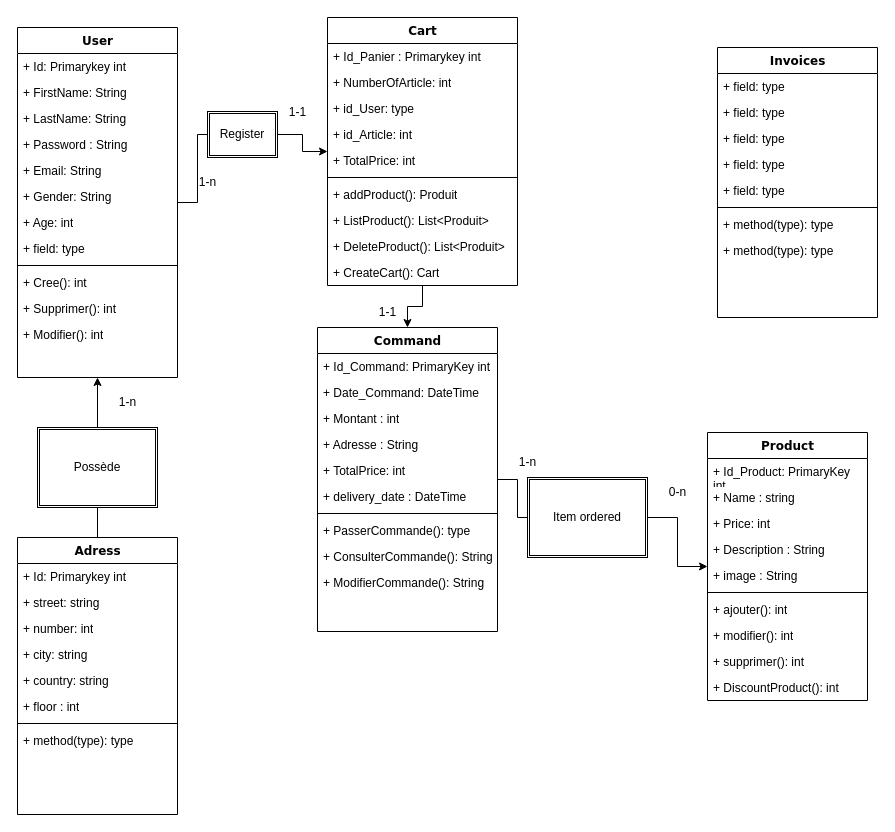
The draw.io diagram Test2.drawio in aless124/e-commerce-SQL, before the edit. Source tidied: cells renumbered, new cells numbered last; positions are measured from the earlier drawing's top-left corner, leaving out a move shared by most shapes. Both pictures are drawn from the tidied source at 100%, with x=0, y=0 at pixel (17, 17).
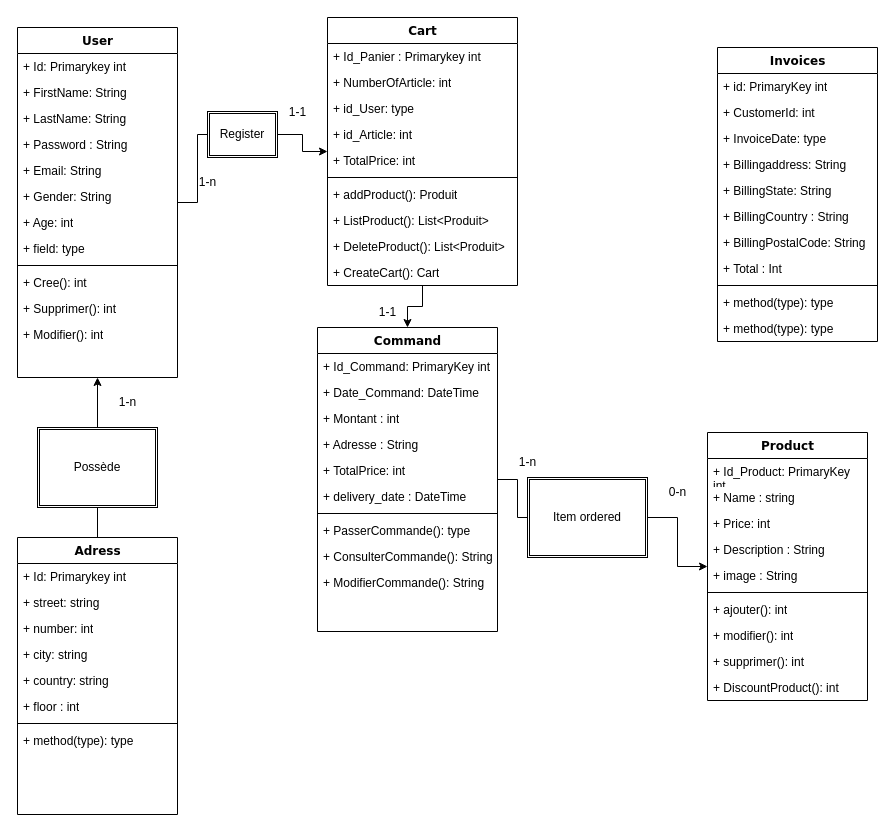
The same page after the edit.

Commit message:
Mettre à jour Test2.drawio

The edit, as a diff of the source:
```diff
@@
     <mxCell id="61" value="Invoices" style="swimlane;html=1;fontStyle=1;align=center;verticalAlign=top;horizontal=1;startSize=26;swimlaneFillColor=#ffffff;rounded=0;shadow=0;comic=0;labelBackgroundColor=none;strokeWidth=1;fillColor=none;fontFamily=Verdana;fontSize=12;" parent="1" vertex="1">
-      <mxGeometry x="700" y="30" width="160" height="270" as="geometry" />
+      <mxGeometry x="700" y="30" width="160" height="294" as="geometry" />
     </mxCell>
-    <mxCell id="62" value="+ field: type" style="text;html=1;strokeColor=none;fillColor=none;align=left;verticalAlign=top;spacingLeft=4;spacingRight=4;whiteSpace=wrap;overflow=hidden;" parent="61" vertex="1">
+    <mxCell id="62" value="+ id: PrimaryKey int" style="text;html=1;strokeColor=none;fillColor=none;align=left;verticalAlign=top;spacingLeft=4;spacingRight=4;whiteSpace=wrap;overflow=hidden;" parent="61" vertex="1">
       <mxGeometry y="26" width="160" height="26" as="geometry" />
     </mxCell>
-    <mxCell id="63" value="+ field: type" style="text;html=1;strokeColor=none;fillColor=none;align=left;verticalAlign=top;spacingLeft=4;spacingRight=4;whiteSpace=wrap;overflow=hidden;" parent="61" vertex="1">
+    <mxCell id="63" value="+ CustomerId: int" style="text;html=1;strokeColor=none;fillColor=none;align=left;verticalAlign=top;spacingLeft=4;spacingRight=4;whiteSpace=wrap;overflow=hidden;" parent="61" vertex="1">
       <mxGeometry y="52" width="160" height="26" as="geometry" />
     </mxCell>
-    <mxCell id="64" value="+ field: type" style="text;html=1;strokeColor=none;fillColor=none;align=left;verticalAlign=top;spacingLeft=4;spacingRight=4;whiteSpace=wrap;overflow=hidden;" parent="61" vertex="1">
+    <mxCell id="64" value="+ InvoiceDate: type" style="text;html=1;strokeColor=none;fillColor=none;align=left;verticalAlign=top;spacingLeft=4;spacingRight=4;whiteSpace=wrap;overflow=hidden;" parent="61" vertex="1">
       <mxGeometry y="78" width="160" height="26" as="geometry" />
     </mxCell>
-    <mxCell id="65" value="+ field: type" style="text;html=1;strokeColor=none;fillColor=none;align=left;verticalAlign=top;spacingLeft=4;spacingRight=4;whiteSpace=wrap;overflow=hidden;" parent="61" vertex="1">
+    <mxCell id="65" value="+ Billingaddress: String" style="text;html=1;strokeColor=none;fillColor=none;align=left;verticalAlign=top;spacingLeft=4;spacingRight=4;whiteSpace=wrap;overflow=hidden;" parent="61" vertex="1">
       <mxGeometry y="104" width="160" height="26" as="geometry" />
     </mxCell>
-    <mxCell id="66" value="+ field: type" style="text;html=1;strokeColor=none;fillColor=none;align=left;verticalAlign=top;spacingLeft=4;spacingRight=4;whiteSpace=wrap;overflow=hidden;" parent="61" vertex="1">
+    <mxCell id="66" value="+ BillingState: String" style="text;html=1;strokeColor=none;fillColor=none;align=left;verticalAlign=top;spacingLeft=4;spacingRight=4;whiteSpace=wrap;overflow=hidden;" parent="61" vertex="1">
       <mxGeometry y="130" width="160" height="26" as="geometry" />
     </mxCell>
+    <mxCell id="81" value="+ BillingCountry : String" style="text;html=1;strokeColor=none;fillColor=none;align=left;verticalAlign=top;spacingLeft=4;spacingRight=4;whiteSpace=wrap;overflow=hidden;" parent="61" vertex="1">
+      <mxGeometry y="156" width="160" height="26" as="geometry" />
+    </mxCell>
+    <mxCell id="82" value="+ BillingPostalCode: String" style="text;html=1;strokeColor=none;fillColor=none;align=left;verticalAlign=top;spacingLeft=4;spacingRight=4;whiteSpace=wrap;overflow=hidden;" parent="61" vertex="1">
+      <mxGeometry y="182" width="160" height="26" as="geometry" />
+    </mxCell>
+    <mxCell id="83" value="+ Total : Int" style="text;html=1;strokeColor=none;fillColor=none;align=left;verticalAlign=top;spacingLeft=4;spacingRight=4;whiteSpace=wrap;overflow=hidden;" parent="61" vertex="1">
+      <mxGeometry y="208" width="160" height="26" as="geometry" />
+    </mxCell>
     <mxCell id="67" style="line;html=1;strokeWidth=1;fillColor=none;align=left;verticalAlign=middle;spacingTop=-1;spacingLeft=3;spacingRight=3;labelPosition=right;" parent="61" vertex="1">
-      <mxGeometry y="156" width="160" height="8" as="geometry" />
+      <mxGeometry y="234" width="160" height="8" as="geometry" />
     </mxCell>
     <mxCell id="68" value="+ method(type): type" style="text;html=1;strokeColor=none;fillColor=none;align=left;verticalAlign=top;spacingLeft=4;spacingRight=4;whiteSpace=wrap;overflow=hidden;" parent="61" vertex="1">
-      <mxGeometry y="164" width="160" height="26" as="geometry" />
+      <mxGeometry y="242" width="160" height="26" as="geometry" />
     </mxCell>
     <mxCell id="69" value="+ method(type): type" style="text;html=1;strokeColor=none;fillColor=none;align=left;verticalAlign=top;spacingLeft=4;spacingRight=4;whiteSpace=wrap;overflow=hidden;" parent="61" vertex="1">
-      <mxGeometry y="190" width="160" height="26" as="geometry" />
+      <mxGeometry y="268" width="160" height="26" as="geometry" />
     </mxCell>
```
